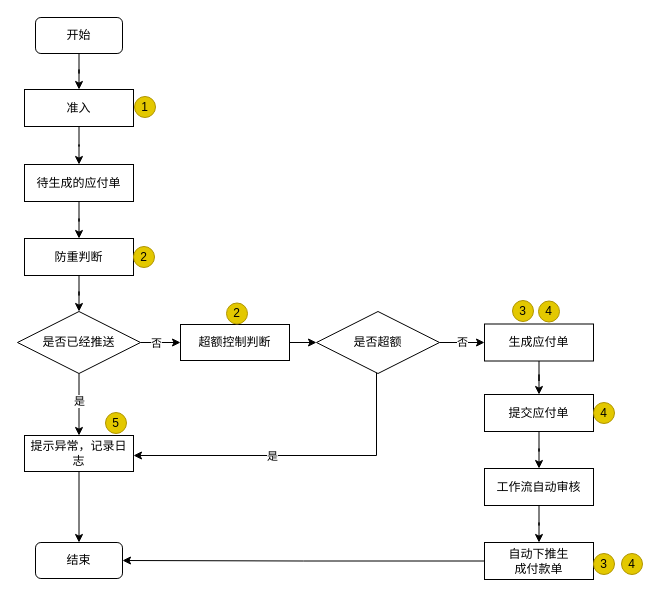
This is works.drawio from Alphathur/diagram, a draw.io file, before an edit. Source tidied: cells renumbered, new cells numbered last; positions are measured from the earlier drawing's top-left corner, leaving out a move shared by most shapes. Both pictures are drawn from the tidied source at 100%, with x=0, y=0 at pixel (17, 17).
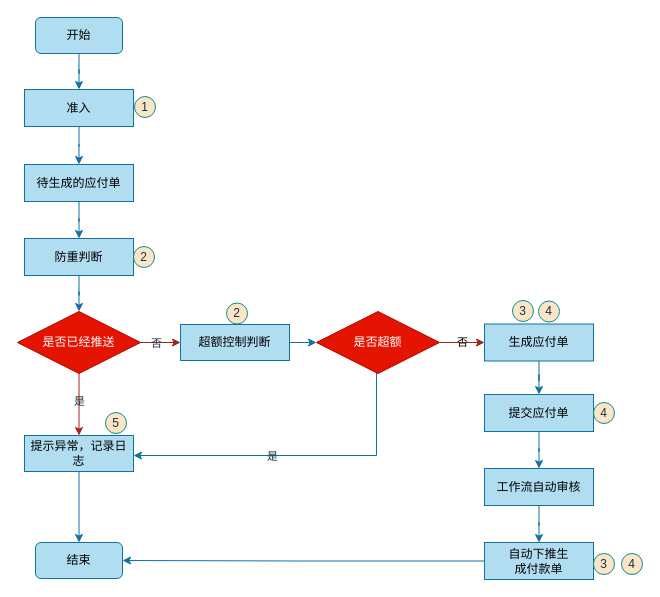
Above is the later version.

Change to the diagram source:
```diff
@@
-    <mxCell id="2" style="edgeStyle=orthogonalEdgeStyle;rounded=0;orthogonalLoop=1;jettySize=auto;html=1;exitX=1;exitY=0.5;exitDx=0;exitDy=0;entryX=0;entryY=0.5;entryDx=0;entryDy=0;" parent="1" edge="1">
+    <mxCell id="2" style="edgeStyle=orthogonalEdgeStyle;rounded=0;orthogonalLoop=1;jettySize=auto;html=1;exitX=1;exitY=0.5;exitDx=0;exitDy=0;entryX=0;entryY=0.5;entryDx=0;entryDy=0;labelBackgroundColor=none;strokeColor=#A8201A;fontColor=default;" parent="1" edge="1">
       <mxGeometry relative="1" as="geometry">
         <mxPoint x="217" y="101.8" as="sourcePoint" />
       </mxGeometry>
     </mxCell>
-    <mxCell id="3" style="edgeStyle=orthogonalEdgeStyle;rounded=0;jettySize=auto;html=1;" parent="1" edge="1" source="4" target="6">
+    <mxCell id="3" style="edgeStyle=orthogonalEdgeStyle;rounded=0;jettySize=auto;html=1;labelBackgroundColor=none;strokeColor=#10739e;fontColor=default;fillColor=#b1ddf0;" parent="1" edge="1" source="4" target="6">
       <mxGeometry relative="1" as="geometry" />
     </mxCell>
-    <mxCell id="4" value="开始" style="rounded=1;whiteSpace=wrap;html=1;" parent="1" vertex="1">
+    <mxCell id="4" value="开始" style="rounded=1;whiteSpace=wrap;html=1;labelBackgroundColor=none;fillColor=#b1ddf0;strokeColor=#10739e;" parent="1" vertex="1">
       <mxGeometry x="18" width="87" height="36" as="geometry" />
     </mxCell>
-    <mxCell id="5" style="edgeStyle=orthogonalEdgeStyle;rounded=0;jettySize=auto;html=1;" parent="1" edge="1" source="6" target="8">
+    <mxCell id="5" style="edgeStyle=orthogonalEdgeStyle;rounded=0;jettySize=auto;html=1;labelBackgroundColor=none;strokeColor=#10739e;fontColor=default;fillColor=#b1ddf0;" parent="1" edge="1" source="6" target="8">
       <mxGeometry relative="1" as="geometry" />
     </mxCell>
-    <mxCell id="6" value="准入" style="rounded=0;whiteSpace=wrap;html=1;" parent="1" vertex="1">
+    <mxCell id="6" value="准入" style="rounded=0;whiteSpace=wrap;html=1;labelBackgroundColor=none;fillColor=#b1ddf0;strokeColor=#10739e;" parent="1" vertex="1">
       <mxGeometry x="7" y="72" width="109" height="37" as="geometry" />
     </mxCell>
-    <mxCell id="7" style="edgeStyle=orthogonalEdgeStyle;rounded=0;jettySize=auto;html=1;entryX=0.5;entryY=0;entryDx=0;entryDy=0;" parent="1" edge="1" source="8" target="10">
+    <mxCell id="7" style="edgeStyle=orthogonalEdgeStyle;rounded=0;jettySize=auto;html=1;entryX=0.5;entryY=0;entryDx=0;entryDy=0;labelBackgroundColor=none;strokeColor=#10739e;fontColor=default;fillColor=#b1ddf0;" parent="1" edge="1" source="8" target="10">
       <mxGeometry relative="1" as="geometry" />
     </mxCell>
-    <mxCell id="8" value="待生成的应付单" style="rounded=0;whiteSpace=wrap;html=1;" parent="1" vertex="1">
+    <mxCell id="8" value="待生成的应付单" style="rounded=0;whiteSpace=wrap;html=1;labelBackgroundColor=none;fillColor=#b1ddf0;strokeColor=#10739e;" parent="1" vertex="1">
       <mxGeometry x="7" y="147" width="109" height="37" as="geometry" />
     </mxCell>
-    <mxCell id="9" style="edgeStyle=orthogonalEdgeStyle;rounded=0;jettySize=auto;html=1;" parent="1" edge="1" source="10" target="15">
+    <mxCell id="9" style="edgeStyle=orthogonalEdgeStyle;rounded=0;jettySize=auto;html=1;labelBackgroundColor=none;strokeColor=#10739e;fontColor=default;fillColor=#b1ddf0;" parent="1" edge="1" source="10" target="15">
       <mxGeometry relative="1" as="geometry" />
     </mxCell>
-    <mxCell id="10" value="防重判断" style="rounded=0;whiteSpace=wrap;html=1;" parent="1" vertex="1">
+    <mxCell id="10" value="防重判断" style="rounded=0;whiteSpace=wrap;html=1;labelBackgroundColor=none;fillColor=#b1ddf0;strokeColor=#10739e;" parent="1" vertex="1">
       <mxGeometry x="7" y="221" width="109" height="37" as="geometry" />
     </mxCell>
-    <mxCell id="11" style="edgeStyle=orthogonalEdgeStyle;rounded=0;jettySize=auto;html=1;" parent="1" edge="1" source="15" target="19">
+    <mxCell id="11" style="edgeStyle=orthogonalEdgeStyle;rounded=0;jettySize=auto;html=1;labelBackgroundColor=none;strokeColor=#A8201A;fontColor=default;" parent="1" edge="1" source="15" target="19">
       <mxGeometry relative="1" as="geometry" />
     </mxCell>
-    <mxCell id="12" value="是" style="edgeLabel;html=1;align=center;verticalAlign=middle;" parent="11" vertex="1">
+    <mxCell id="12" value="是" style="edgeLabel;html=1;align=center;verticalAlign=middle;labelBackgroundColor=none;fontColor=#143642;" parent="11" vertex="1">
       <mxGeometry x="-0.15" y="4" relative="1" as="geometry">
         <mxPoint x="-4" y="1" as="offset" />
       </mxGeometry>
     </mxCell>
-    <mxCell id="13" style="edgeStyle=orthogonalEdgeStyle;rounded=0;jettySize=auto;html=1;entryX=0;entryY=0.5;entryDx=0;entryDy=0;" parent="1" edge="1" source="15" target="28">
+    <mxCell id="13" style="edgeStyle=orthogonalEdgeStyle;rounded=0;jettySize=auto;html=1;entryX=0;entryY=0.5;entryDx=0;entryDy=0;labelBackgroundColor=none;strokeColor=#A8201A;fontColor=default;" parent="1" edge="1" source="15" target="28">
       <mxGeometry relative="1" as="geometry" />
     </mxCell>
-    <mxCell id="14" value="否" style="edgeLabel;html=1;align=center;verticalAlign=middle;" parent="13" vertex="1">
+    <mxCell id="14" value="否" style="edgeLabel;html=1;align=center;verticalAlign=middle;labelBackgroundColor=none;fontColor=#143642;" parent="13" vertex="1">
       <mxGeometry x="-0.34" y="-3" relative="1" as="geometry">
         <mxPoint x="2" y="-3" as="offset" />
       </mxGeometry>
     </mxCell>
-    <mxCell id="15" value="是否已经推送" style="rhombus;whiteSpace=wrap;html=1;" parent="1" vertex="1">
+    <mxCell id="15" value="是否已经推送" style="rhombus;whiteSpace=wrap;html=1;labelBackgroundColor=none;fillColor=#e51400;strokeColor=#B20000;fontColor=#ffffff;" parent="1" vertex="1">
       <mxGeometry y="294" width="123" height="62" as="geometry" />
     </mxCell>
-    <mxCell id="16" style="edgeStyle=orthogonalEdgeStyle;rounded=0;jettySize=auto;html=1;" parent="1" edge="1" source="17" target="22">
+    <mxCell id="16" style="edgeStyle=orthogonalEdgeStyle;rounded=0;jettySize=auto;html=1;labelBackgroundColor=none;strokeColor=#10739e;fontColor=default;fillColor=#b1ddf0;" parent="1" edge="1" source="17" target="22">
       <mxGeometry relative="1" as="geometry" />
     </mxCell>
-    <mxCell id="17" value="生成应付单" style="rounded=0;whiteSpace=wrap;html=1;" parent="1" vertex="1">
+    <mxCell id="17" value="生成应付单" style="rounded=0;whiteSpace=wrap;html=1;labelBackgroundColor=none;fillColor=#b1ddf0;strokeColor=#10739e;" parent="1" vertex="1">
       <mxGeometry x="467" y="306.5" width="109" height="37" as="geometry" />
     </mxCell>
-    <mxCell id="18" style="edgeStyle=orthogonalEdgeStyle;rounded=0;jettySize=auto;html=1;entryX=0.5;entryY=0;entryDx=0;entryDy=0;" parent="1" edge="1" source="19" target="20">
+    <mxCell id="18" style="edgeStyle=orthogonalEdgeStyle;rounded=0;jettySize=auto;html=1;entryX=0.5;entryY=0;entryDx=0;entryDy=0;labelBackgroundColor=none;strokeColor=#10739e;fontColor=default;fillColor=#b1ddf0;" parent="1" edge="1" source="19" target="20">
       <mxGeometry relative="1" as="geometry" />
     </mxCell>
-    <mxCell id="19" value="提示异常，记录日志" style="rounded=0;whiteSpace=wrap;html=1;" parent="1" vertex="1">
+    <mxCell id="19" value="提示异常，记录日志" style="rounded=0;whiteSpace=wrap;html=1;labelBackgroundColor=none;fillColor=#b1ddf0;strokeColor=#10739e;" parent="1" vertex="1">
       <mxGeometry x="7" y="418" width="109" height="36" as="geometry" />
     </mxCell>
-    <mxCell id="20" value="结束" style="rounded=1;whiteSpace=wrap;html=1;" parent="1" vertex="1">
+    <mxCell id="20" value="结束" style="rounded=1;whiteSpace=wrap;html=1;labelBackgroundColor=none;fillColor=#b1ddf0;strokeColor=#10739e;" parent="1" vertex="1">
       <mxGeometry x="18" y="525" width="87" height="36" as="geometry" />
     </mxCell>
-    <mxCell id="21" style="edgeStyle=orthogonalEdgeStyle;rounded=0;jettySize=auto;html=1;" parent="1" edge="1" source="22" target="24">
+    <mxCell id="21" style="edgeStyle=orthogonalEdgeStyle;rounded=0;jettySize=auto;html=1;labelBackgroundColor=none;strokeColor=#10739e;fontColor=default;fillColor=#b1ddf0;" parent="1" edge="1" source="22" target="24">
       <mxGeometry relative="1" as="geometry" />
     </mxCell>
-    <mxCell id="22" value="提交应付单" style="rounded=0;whiteSpace=wrap;html=1;" parent="1" vertex="1">
+    <mxCell id="22" value="提交应付单" style="rounded=0;whiteSpace=wrap;html=1;labelBackgroundColor=none;fillColor=#b1ddf0;strokeColor=#10739e;" parent="1" vertex="1">
       <mxGeometry x="467" y="377" width="109" height="37" as="geometry" />
     </mxCell>
-    <mxCell id="23" style="edgeStyle=orthogonalEdgeStyle;rounded=0;jettySize=auto;html=1;entryX=0.5;entryY=0;entryDx=0;entryDy=0;" parent="1" edge="1" source="24" target="26">
+    <mxCell id="23" style="edgeStyle=orthogonalEdgeStyle;rounded=0;jettySize=auto;html=1;entryX=0.5;entryY=0;entryDx=0;entryDy=0;labelBackgroundColor=none;strokeColor=#10739e;fontColor=default;fillColor=#b1ddf0;" parent="1" edge="1" source="24" target="26">
       <mxGeometry relative="1" as="geometry" />
     </mxCell>
-    <mxCell id="24" value="工作流自动审核" style="rounded=0;whiteSpace=wrap;html=1;" parent="1" vertex="1">
+    <mxCell id="24" value="工作流自动审核" style="rounded=0;whiteSpace=wrap;html=1;labelBackgroundColor=none;fillColor=#b1ddf0;strokeColor=#10739e;" parent="1" vertex="1">
       <mxGeometry x="467" y="451" width="109" height="37" as="geometry" />
     </mxCell>
-    <mxCell id="25" style="edgeStyle=orthogonalEdgeStyle;rounded=0;jettySize=auto;html=1;entryX=1;entryY=0.5;entryDx=0;entryDy=0;" parent="1" edge="1" source="26" target="20">
+    <mxCell id="25" style="edgeStyle=orthogonalEdgeStyle;rounded=0;jettySize=auto;html=1;entryX=1;entryY=0.5;entryDx=0;entryDy=0;labelBackgroundColor=none;strokeColor=#10739e;fontColor=default;fillColor=#b1ddf0;" parent="1" edge="1" source="26" target="20">
       <mxGeometry relative="1" as="geometry" />
     </mxCell>
-    <mxCell id="26" value="自动下推生&lt;br&gt;成付款单" style="rounded=0;whiteSpace=wrap;html=1;" parent="1" vertex="1">
+    <mxCell id="26" value="自动下推生&lt;br&gt;成付款单" style="rounded=0;whiteSpace=wrap;html=1;labelBackgroundColor=none;fillColor=#b1ddf0;strokeColor=#10739e;" parent="1" vertex="1">
       <mxGeometry x="467" y="525" width="109" height="37" as="geometry" />
     </mxCell>
-    <mxCell id="27" style="edgeStyle=orthogonalEdgeStyle;rounded=0;jettySize=auto;html=1;" parent="1" edge="1" source="28" target="32">
+    <mxCell id="27" style="edgeStyle=orthogonalEdgeStyle;rounded=0;jettySize=auto;html=1;labelBackgroundColor=none;strokeColor=#10739e;fontColor=default;fillColor=#b1ddf0;" parent="1" edge="1" source="28" target="32">
       <mxGeometry relative="1" as="geometry" />
     </mxCell>
-    <mxCell id="28" value="超额控制判断" style="rounded=0;whiteSpace=wrap;html=1;" parent="1" vertex="1">
+    <mxCell id="28" value="超额控制判断" style="rounded=0;whiteSpace=wrap;html=1;labelBackgroundColor=none;fillColor=#b1ddf0;strokeColor=#10739e;" parent="1" vertex="1">
       <mxGeometry x="163" y="307" width="109" height="36" as="geometry" />
     </mxCell>
-    <mxCell id="29" style="edgeStyle=orthogonalEdgeStyle;rounded=0;orthogonalLoop=1;jettySize=auto;html=1;entryX=1;entryY=0.75;entryDx=0;entryDy=0;" parent="1" edge="1">
+    <mxCell id="29" style="edgeStyle=orthogonalEdgeStyle;rounded=0;orthogonalLoop=1;jettySize=auto;html=1;entryX=1;entryY=0.75;entryDx=0;entryDy=0;labelBackgroundColor=none;strokeColor=#10739e;fontColor=default;fillColor=#b1ddf0;" parent="1" edge="1">
       <mxGeometry relative="1" as="geometry">
         <mxPoint x="359" y="347.2" as="sourcePoint" />
         <mxPoint x="116" y="438" as="targetPoint" />
         <Array as="points">
           <mxPoint x="359" y="438" />
         </Array>
       </mxGeometry>
     </mxCell>
-    <mxCell id="30" value="是" style="edgeLabel;html=1;align=center;verticalAlign=middle;" parent="29" vertex="1">
+    <mxCell id="30" value="是" style="edgeLabel;html=1;align=center;verticalAlign=middle;labelBackgroundColor=none;fontColor=#143642;" parent="29" vertex="1">
       <mxGeometry x="0.17" relative="1" as="geometry" />
     </mxCell>
-    <mxCell id="31" value="否" style="edgeStyle=orthogonalEdgeStyle;rounded=0;jettySize=auto;html=1;entryX=0;entryY=0.5;entryDx=0;entryDy=0;" parent="1" edge="1" source="32" target="17">
+    <mxCell id="31" value="否" style="edgeStyle=orthogonalEdgeStyle;rounded=0;jettySize=auto;html=1;entryX=0;entryY=0.5;entryDx=0;entryDy=0;labelBackgroundColor=none;strokeColor=#A8201A;fontColor=default;" parent="1" edge="1" source="32" target="17">
       <mxGeometry relative="1" as="geometry" />
     </mxCell>
-    <mxCell id="32" value="是否超额" style="rhombus;whiteSpace=wrap;html=1;" parent="1" vertex="1">
+    <mxCell id="32" value="是否超额" style="rhombus;whiteSpace=wrap;html=1;labelBackgroundColor=none;fillColor=#e51400;strokeColor=#B20000;fontColor=#ffffff;" parent="1" vertex="1">
       <mxGeometry x="299" y="294" width="123" height="62" as="geometry" />
     </mxCell>
-    <mxCell id="33" value="1" style="ellipse;whiteSpace=wrap;html=1;fillColor=#e3c800;fontColor=#000000;strokeColor=#B09500;" parent="1" vertex="1">
+    <mxCell id="33" value="1" style="ellipse;whiteSpace=wrap;html=1;fillColor=#FAE5C7;fontColor=#143642;strokeColor=#0F8B8D;labelBackgroundColor=none;" parent="1" vertex="1">
       <mxGeometry x="117" y="79" width="21" height="21" as="geometry" />
     </mxCell>
-    <mxCell id="34" value="2" style="ellipse;whiteSpace=wrap;html=1;fillColor=#e3c800;fontColor=#000000;strokeColor=#B09500;" parent="1" vertex="1">
+    <mxCell id="34" value="2" style="ellipse;whiteSpace=wrap;html=1;fillColor=#FAE5C7;fontColor=#143642;strokeColor=#0F8B8D;labelBackgroundColor=none;" parent="1" vertex="1">
       <mxGeometry x="209" y="285.5" width="21" height="21" as="geometry" />
     </mxCell>
-    <mxCell id="35" value="2" style="ellipse;whiteSpace=wrap;html=1;fillColor=#e3c800;fontColor=#000000;strokeColor=#B09500;" parent="1" vertex="1">
+    <mxCell id="35" value="2" style="ellipse;whiteSpace=wrap;html=1;fillColor=#FAE5C7;fontColor=#143642;strokeColor=#0F8B8D;labelBackgroundColor=none;" parent="1" vertex="1">
       <mxGeometry x="116" y="229" width="21" height="21" as="geometry" />
     </mxCell>
-    <mxCell id="36" value="3" style="ellipse;whiteSpace=wrap;html=1;fillColor=#e3c800;fontColor=#000000;strokeColor=#B09500;" parent="1" vertex="1">
+    <mxCell id="36" value="3" style="ellipse;whiteSpace=wrap;html=1;fillColor=#FAE5C7;fontColor=#143642;strokeColor=#0F8B8D;labelBackgroundColor=none;" parent="1" vertex="1">
       <mxGeometry x="495" y="283" width="21" height="21" as="geometry" />
     </mxCell>
-    <mxCell id="37" value="4" style="ellipse;whiteSpace=wrap;html=1;fillColor=#e3c800;fontColor=#000000;strokeColor=#B09500;" parent="1" vertex="1">
+    <mxCell id="37" value="4" style="ellipse;whiteSpace=wrap;html=1;fillColor=#FAE5C7;fontColor=#143642;strokeColor=#0F8B8D;labelBackgroundColor=none;" parent="1" vertex="1">
       <mxGeometry x="521" y="283.5" width="21" height="21" as="geometry" />
     </mxCell>
-    <mxCell id="38" value="4" style="ellipse;whiteSpace=wrap;html=1;fillColor=#e3c800;fontColor=#000000;strokeColor=#B09500;" parent="1" vertex="1">
+    <mxCell id="38" value="4" style="ellipse;whiteSpace=wrap;html=1;fillColor=#FAE5C7;fontColor=#143642;strokeColor=#0F8B8D;labelBackgroundColor=none;" parent="1" vertex="1">
       <mxGeometry x="576" y="385" width="21" height="21" as="geometry" />
     </mxCell>
-    <mxCell id="39" value="5" style="ellipse;whiteSpace=wrap;html=1;fillColor=#e3c800;fontColor=#000000;strokeColor=#B09500;" parent="1" vertex="1">
+    <mxCell id="39" value="5" style="ellipse;whiteSpace=wrap;html=1;fillColor=#FAE5C7;fontColor=#143642;strokeColor=#0F8B8D;labelBackgroundColor=none;" parent="1" vertex="1">
       <mxGeometry x="88" y="395" width="21" height="21" as="geometry" />
     </mxCell>
-    <mxCell id="40" value="3" style="ellipse;whiteSpace=wrap;html=1;fillColor=#e3c800;fontColor=#000000;strokeColor=#B09500;" parent="1" vertex="1">
+    <mxCell id="40" value="3" style="ellipse;whiteSpace=wrap;html=1;fillColor=#FAE5C7;fontColor=#143642;strokeColor=#0F8B8D;labelBackgroundColor=none;" parent="1" vertex="1">
       <mxGeometry x="576" y="536" width="21" height="21" as="geometry" />
     </mxCell>
-    <mxCell id="41" value="4" style="ellipse;whiteSpace=wrap;html=1;fillColor=#e3c800;fontColor=#000000;strokeColor=#B09500;" parent="1" vertex="1">
+    <mxCell id="41" value="4" style="ellipse;whiteSpace=wrap;html=1;fillColor=#FAE5C7;fontColor=#143642;strokeColor=#0F8B8D;labelBackgroundColor=none;" parent="1" vertex="1">
       <mxGeometry x="604" y="536" width="21" height="21" as="geometry" />
     </mxCell>
```
